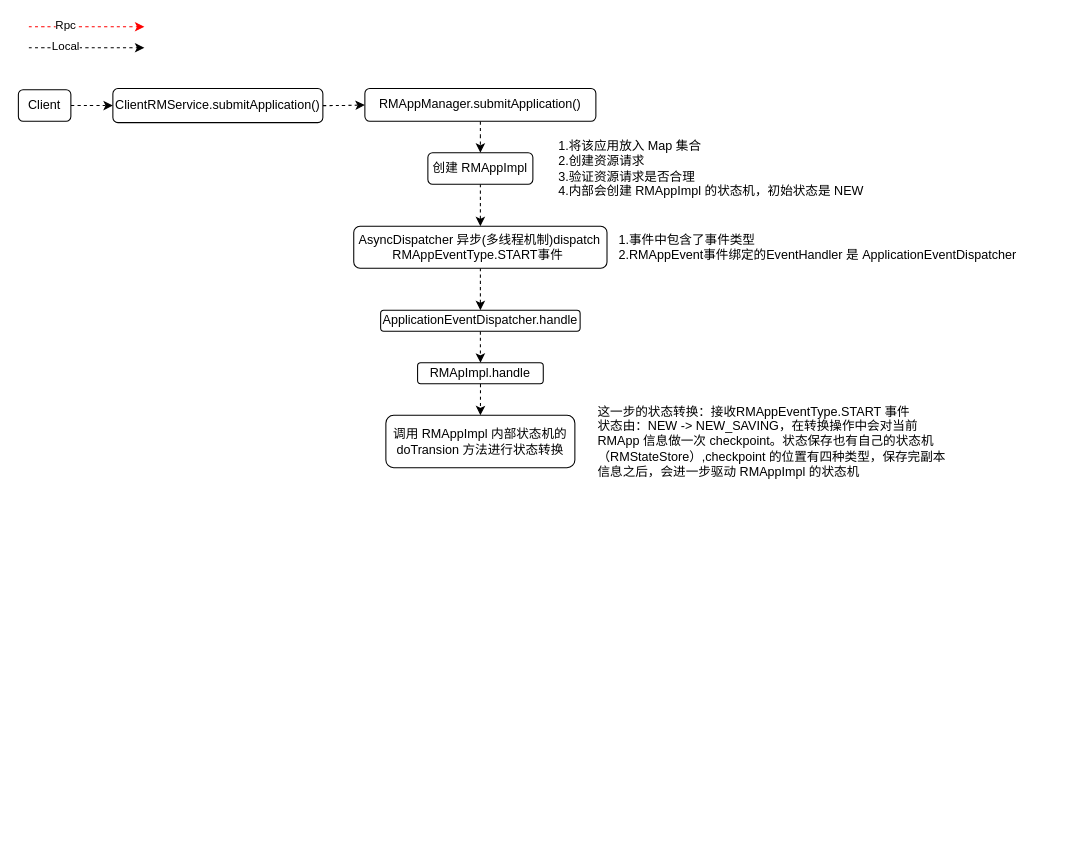
The draw.io diagram page "Page-1" (1 of 2) of yarn-work-flow.drawio in Entiy/Interview, before the edit. Source tidied: cells renumbered, new cells numbered last; positions are measured from the earlier drawing's top-left corner, leaving out a move shared by most shapes. Both pictures are drawn from the tidied source at 105%, with x=0, y=0 at pixel (18, 26).
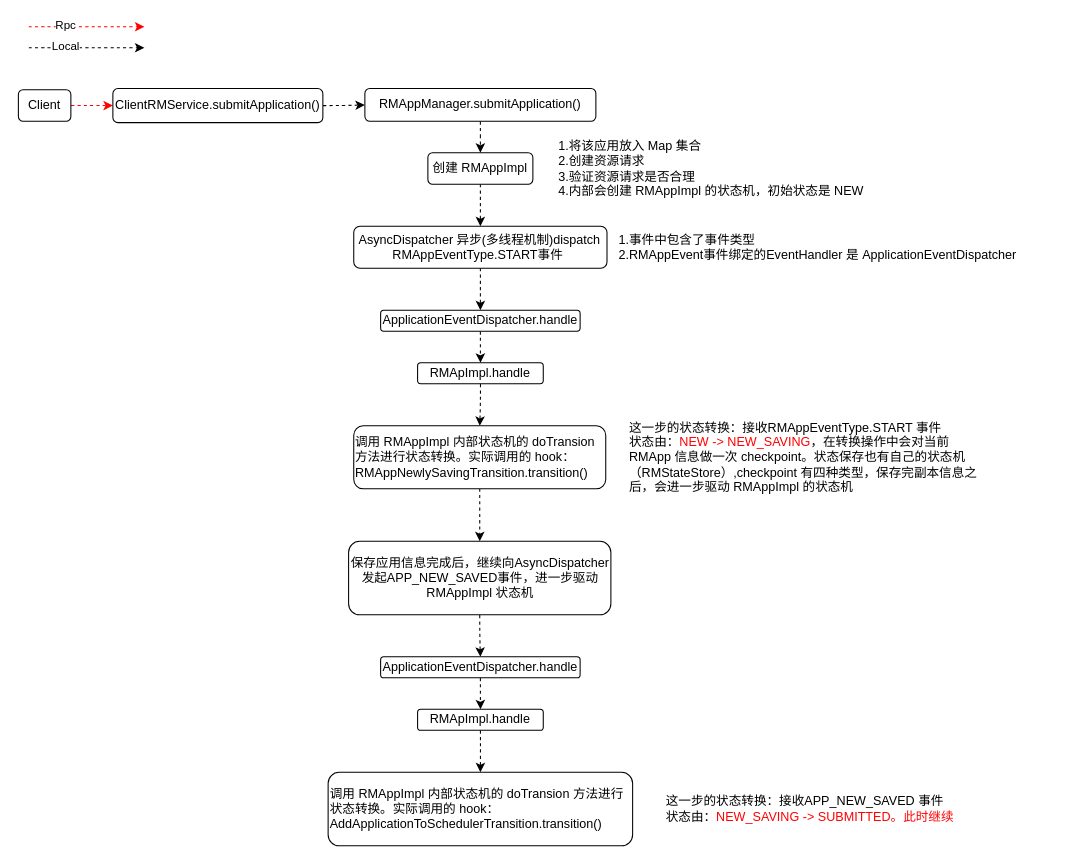
After the change.

Unchanged cells that the change refers to:
```xml
<mxCell id="5" value="Client" style="rounded=1;whiteSpace=wrap;html=1;" parent="1" vertex="1">
  <mxGeometry y="60" width="50" height="30" as="geometry" />
</mxCell>
<mxCell id="7" value="ClientRMService.submitApplication()" style="rounded=1;whiteSpace=wrap;html=1;" parent="1" vertex="1">
  <mxGeometry x="90" y="58.8" width="200" height="32.5" as="geometry" />
</mxCell>
```

Diff of the diagram source:
```diff
@@
-    <mxCell id="4" style="edgeStyle=orthogonalEdgeStyle;curved=1;jettySize=auto;html=1;exitX=1;exitY=0.5;exitDx=0;exitDy=0;entryX=0;entryY=0.5;entryDx=0;entryDy=0;dashed=1;strokeColor=#000000;" parent="1" edge="1" source="5" target="7">
+    <mxCell id="4" style="edgeStyle=orthogonalEdgeStyle;curved=1;jettySize=auto;html=1;exitX=1;exitY=0.5;exitDx=0;exitDy=0;entryX=0;entryY=0.5;entryDx=0;entryDy=0;dashed=1;strokeColor=#FF0000;" parent="1" edge="1" source="5" target="7">
       <mxGeometry relative="1" as="geometry" />
     </mxCell>
@@
+    <mxCell id="24" style="edgeStyle=orthogonalEdgeStyle;curved=1;jettySize=auto;html=1;entryX=0.5;entryY=0;entryDx=0;entryDy=0;dashed=1;strokeColor=#000000;" parent="1" edge="1" source="22" target="26">
+      <mxGeometry relative="1" as="geometry" />
+    </mxCell>
-    <mxCell id="22" value="调用 RMAppImpl 内部状态机的 doTransion 方法进行状态转换" style="rounded=1;whiteSpace=wrap;html=1;" parent="1" vertex="1">
-      <mxGeometry x="350" y="370" width="180" height="50" as="geometry" />
+    <mxCell id="22" value="&lt;div&gt;&lt;span&gt;调用 RMAppImpl 内部状态机的 doTransion 方法进行状态转换。&lt;/span&gt;&lt;span&gt;实际调用的 hook：RMAppNewlySavingTransition.transition()&lt;/span&gt;&lt;/div&gt;" style="rounded=1;whiteSpace=wrap;html=1;align=left;" parent="1" vertex="1">
+      <mxGeometry x="319.4" y="380" width="240" height="60" as="geometry" />
     </mxCell>
-    <mxCell id="23" value="这一步的状态转换：接收RMAppEventType.START 事件&lt;br&gt;状态由：NEW -&amp;gt; NEW_SAVING，在转换操作中会对当前 RMApp 信息做一次 checkpoint。状态保存也有自己的状态机（RMStateStore）,checkpoint 的位置有四种类型，保存完副本信息之后，会进一步驱动 RMAppImpl 的状态机" style="text;html=1;strokeColor=none;fillColor=none;align=left;verticalAlign=middle;whiteSpace=wrap;rounded=0;" parent="1" vertex="1">
-      <mxGeometry x="550" y="355" width="340" height="80" as="geometry" />
+    <mxCell id="23" value="这一步的状态转换：接收RMAppEventType.START 事件&lt;br&gt;状态由：&lt;font color=&quot;#ff0000&quot;&gt;NEW -&amp;gt; NEW_SAVING&lt;/font&gt;，在转换操作中会对当前 RMApp 信息做一次 checkpoint。状态保存也有自己的状态机（RMStateStore）,checkpoint 有四种类型，保存完副本信息之后，会进一步驱动 RMAppImpl 的状态机" style="text;html=1;strokeColor=none;fillColor=none;align=left;verticalAlign=middle;whiteSpace=wrap;rounded=0;" parent="1" vertex="1">
+      <mxGeometry x="580" y="370" width="340" height="80" as="geometry" />
     </mxCell>
+    <mxCell id="25" style="edgeStyle=orthogonalEdgeStyle;curved=1;jettySize=auto;html=1;dashed=1;strokeColor=#000000;" parent="1" edge="1" source="26" target="28">
+      <mxGeometry relative="1" as="geometry" />
+    </mxCell>
+    <mxCell id="26" value="保存应用信息完成后，继续向AsyncDispatcher 发起APP_NEW_SAVED事件，进一步驱动 RMAppImpl 状态机" style="rounded=1;whiteSpace=wrap;html=1;" parent="1" vertex="1">
+      <mxGeometry x="314.5" y="490" width="249.8" height="70" as="geometry" />
+    </mxCell>
+    <mxCell id="27" style="edgeStyle=orthogonalEdgeStyle;curved=1;jettySize=auto;html=1;exitX=0.5;exitY=1;exitDx=0;exitDy=0;dashed=1;strokeColor=#000000;" parent="1" edge="1" source="28" target="30">
+      <mxGeometry relative="1" as="geometry" />
+    </mxCell>
+    <mxCell id="28" value="ApplicationEventDispatcher.handle" style="rounded=1;whiteSpace=wrap;html=1;" parent="1" vertex="1">
+      <mxGeometry x="345" y="600" width="190" height="20" as="geometry" />
+    </mxCell>
+    <mxCell id="29" style="edgeStyle=orthogonalEdgeStyle;curved=1;jettySize=auto;html=1;exitX=0.5;exitY=1;exitDx=0;exitDy=0;entryX=0.5;entryY=0;entryDx=0;entryDy=0;dashed=1;strokeColor=#000000;" parent="1" edge="1" source="30" target="31">
+      <mxGeometry relative="1" as="geometry" />
+    </mxCell>
+    <mxCell id="30" value="RMApImpl.handle" style="rounded=1;whiteSpace=wrap;html=1;" parent="1" vertex="1">
+      <mxGeometry x="380.2" y="650" width="119.7" height="20" as="geometry" />
+    </mxCell>
+    <mxCell id="31" value="&lt;div&gt;&lt;span&gt;调用 RMAppImpl 内部状态机的 doTransion 方法进行状态转换。&lt;/span&gt;&lt;span&gt;实际调用的 hook：&lt;/span&gt;&lt;/div&gt;AddApplicationToSchedulerTransition.transition()" style="rounded=1;whiteSpace=wrap;html=1;align=left;" parent="1" vertex="1">
+      <mxGeometry x="295" y="710" width="290" height="70" as="geometry" />
+    </mxCell>
+    <mxCell id="32" value="这一步的状态转换：接收&lt;span style=&quot;text-align: center&quot;&gt;APP_NEW_SAVED&lt;/span&gt;&amp;nbsp;事件&lt;br&gt;状态由：&lt;font color=&quot;#ff0000&quot;&gt;NEW_SAVING -&amp;gt; SUBMITTED。此时继续&lt;/font&gt;" style="text;html=1;strokeColor=none;fillColor=none;align=left;verticalAlign=middle;whiteSpace=wrap;rounded=0;" parent="1" vertex="1">
+      <mxGeometry x="615" y="725" width="305" height="40" as="geometry" />
+    </mxCell>
```
